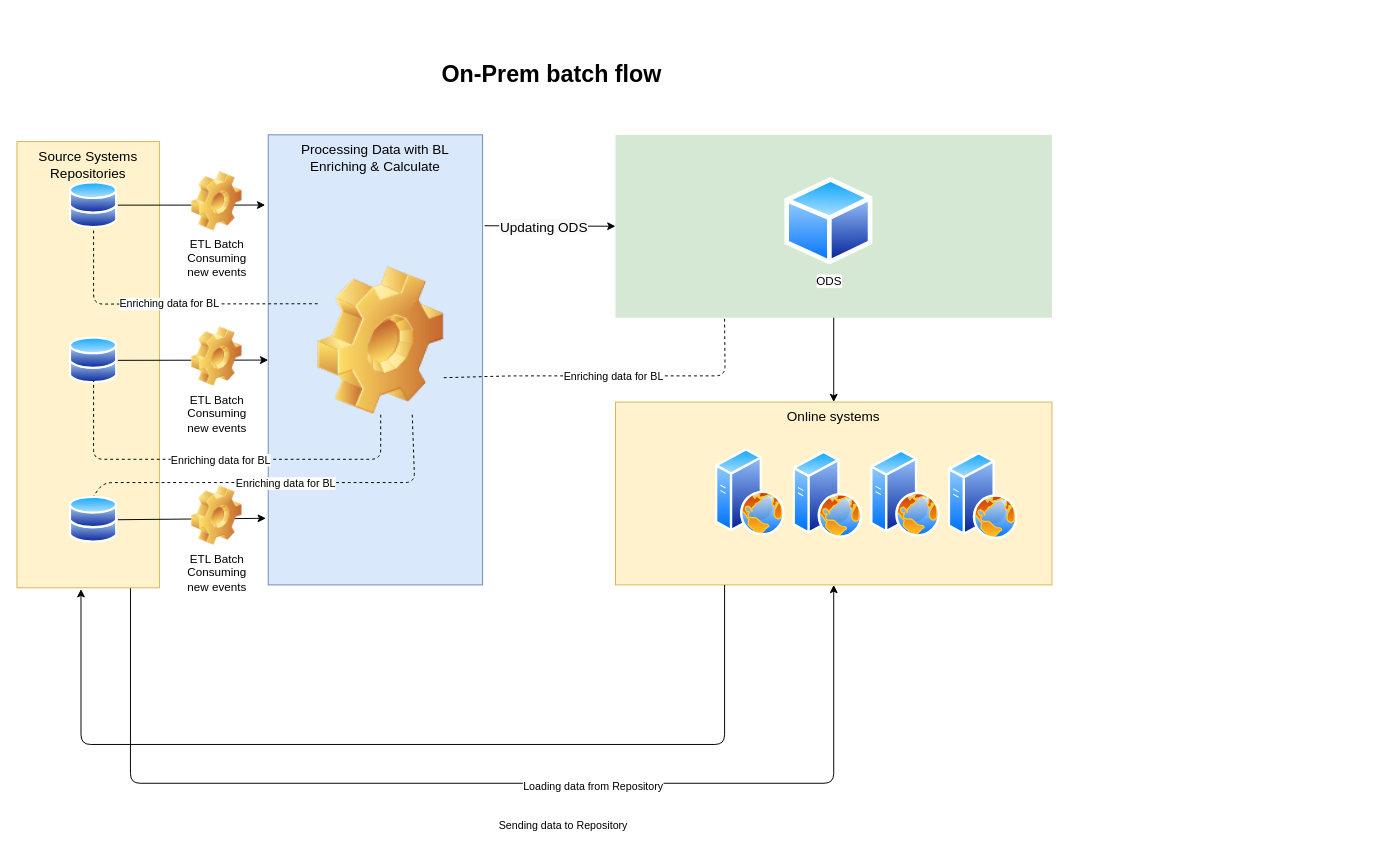
Before: ODS on prem1.drawio in itaybaran/drawing, a draw.io diagram. Source tidied: cells renumbered, new cells numbered last; positions are measured from the earlier drawing's top-left corner, leaving out a move shared by most shapes. Both pictures are drawn from the tidied source at 97%, with x=0, y=0 at pixel (16, 55).
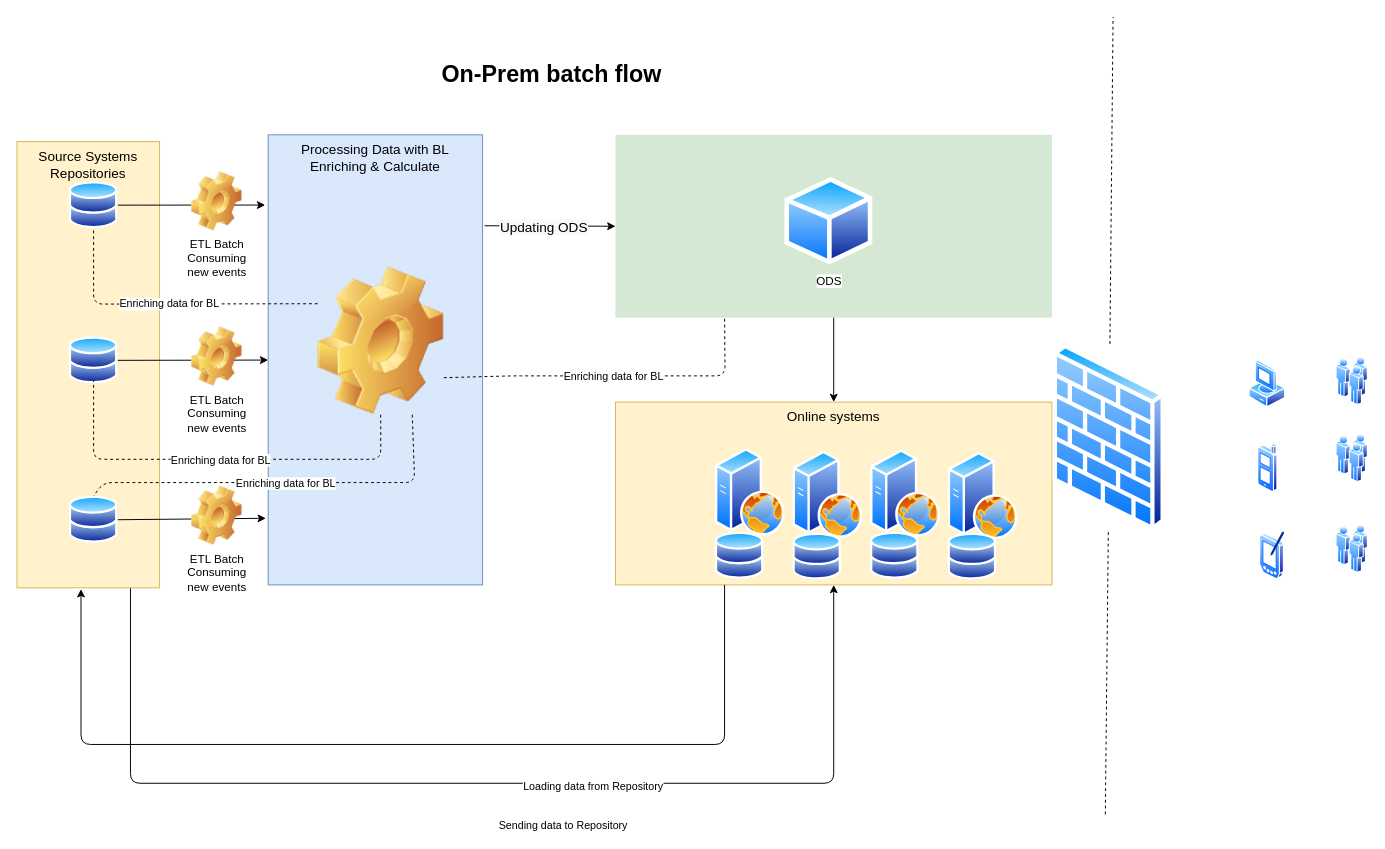
The same diagram, later.

Change to the diagram source:
```diff
@@
+    <mxCell id="37" style="perimeter=ellipsePerimeter;html=1;align=center;shadow=0;dashed=0;spacingTop=3;image;image=img/lib/active_directory/databases.svg;" parent="1" vertex="1">
+      <mxGeometry x="720" y="491" width="50" height="49" as="geometry" />
+    </mxCell>
+    <mxCell id="38" style="perimeter=ellipsePerimeter;html=1;align=center;shadow=0;dashed=0;spacingTop=3;image;image=img/lib/active_directory/databases.svg;" parent="1" vertex="1">
+      <mxGeometry x="800" y="491.8" width="50" height="49" as="geometry" />
+    </mxCell>
+    <mxCell id="39" style="perimeter=ellipsePerimeter;html=1;align=center;shadow=0;dashed=0;spacingTop=3;image;image=img/lib/active_directory/databases.svg;" parent="1" vertex="1">
+      <mxGeometry x="880" y="491" width="50" height="49" as="geometry" />
+    </mxCell>
+    <mxCell id="40" style="perimeter=ellipsePerimeter;html=1;align=center;shadow=0;dashed=0;spacingTop=3;image;image=img/lib/active_directory/databases.svg;" parent="1" vertex="1">
+      <mxGeometry x="960" y="491.8" width="50" height="49" as="geometry" />
+    </mxCell>
+    <mxCell id="41" style="endArrow=none;dashed=1;html=1;" parent="1" edge="1" source="48">
+      <mxGeometry relative="1" as="geometry">
+        <mxPoint x="1130" y="-40" as="targetPoint" />
+      </mxGeometry>
+    </mxCell>
+    <mxCell id="42" style="perimeter=ellipsePerimeter;html=1;align=center;shadow=0;dashed=0;spacingTop=3;image;image=img/lib/active_directory/users.svg;" parent="1" vertex="1">
+      <mxGeometry x="1360" y="310.5" width="33" height="50" as="geometry" />
+    </mxCell>
+    <mxCell id="43" style="perimeter=ellipsePerimeter;html=1;align=center;shadow=0;dashed=0;spacingTop=3;image;image=img/lib/active_directory/users.svg;" parent="1" vertex="1">
+      <mxGeometry x="1360" y="390" width="33" height="50" as="geometry" />
+    </mxCell>
+    <mxCell id="44" style="perimeter=ellipsePerimeter;html=1;align=center;shadow=0;dashed=0;spacingTop=3;image;image=img/lib/active_directory/users.svg;" parent="1" vertex="1">
+      <mxGeometry x="1360" y="483.5" width="33" height="50" as="geometry" />
+    </mxCell>
+    <mxCell id="45" style="perimeter=ellipsePerimeter;html=1;align=center;shadow=0;dashed=0;spacingTop=3;image;image=img/lib/active_directory/vista_client.svg;" parent="1" vertex="1">
+      <mxGeometry x="1270" y="313.5" width="38" height="50" as="geometry" />
+    </mxCell>
+    <mxCell id="46" style="perimeter=ellipsePerimeter;html=1;align=center;shadow=0;dashed=0;spacingTop=3;image;image=img/lib/active_directory/cell_phone.svg;" parent="1" vertex="1">
+      <mxGeometry x="1279" y="400" width="21" height="50" as="geometry" />
+    </mxCell>
+    <mxCell id="47" style="perimeter=ellipsePerimeter;html=1;align=center;shadow=0;dashed=0;spacingTop=3;image;image=img/lib/active_directory/pda.svg;" parent="1" vertex="1">
+      <mxGeometry x="1281" y="490" width="27" height="50" as="geometry" />
+    </mxCell>
+    <mxCell id="48" style="perimeter=ellipsePerimeter;html=1;align=center;shadow=0;dashed=0;spacingTop=3;image;image=img/lib/active_directory/firewall.svg;" parent="1" vertex="1">
+      <mxGeometry x="1067" y="297.1" width="117.7" height="192.9" as="geometry" />
+    </mxCell>
+    <mxCell id="49" style="endArrow=none;dashed=1;html=1;" parent="1" edge="1" target="48">
+      <mxGeometry relative="1" as="geometry">
+        <mxPoint x="1122" y="782" as="sourcePoint" />
+      </mxGeometry>
+    </mxCell>
```
